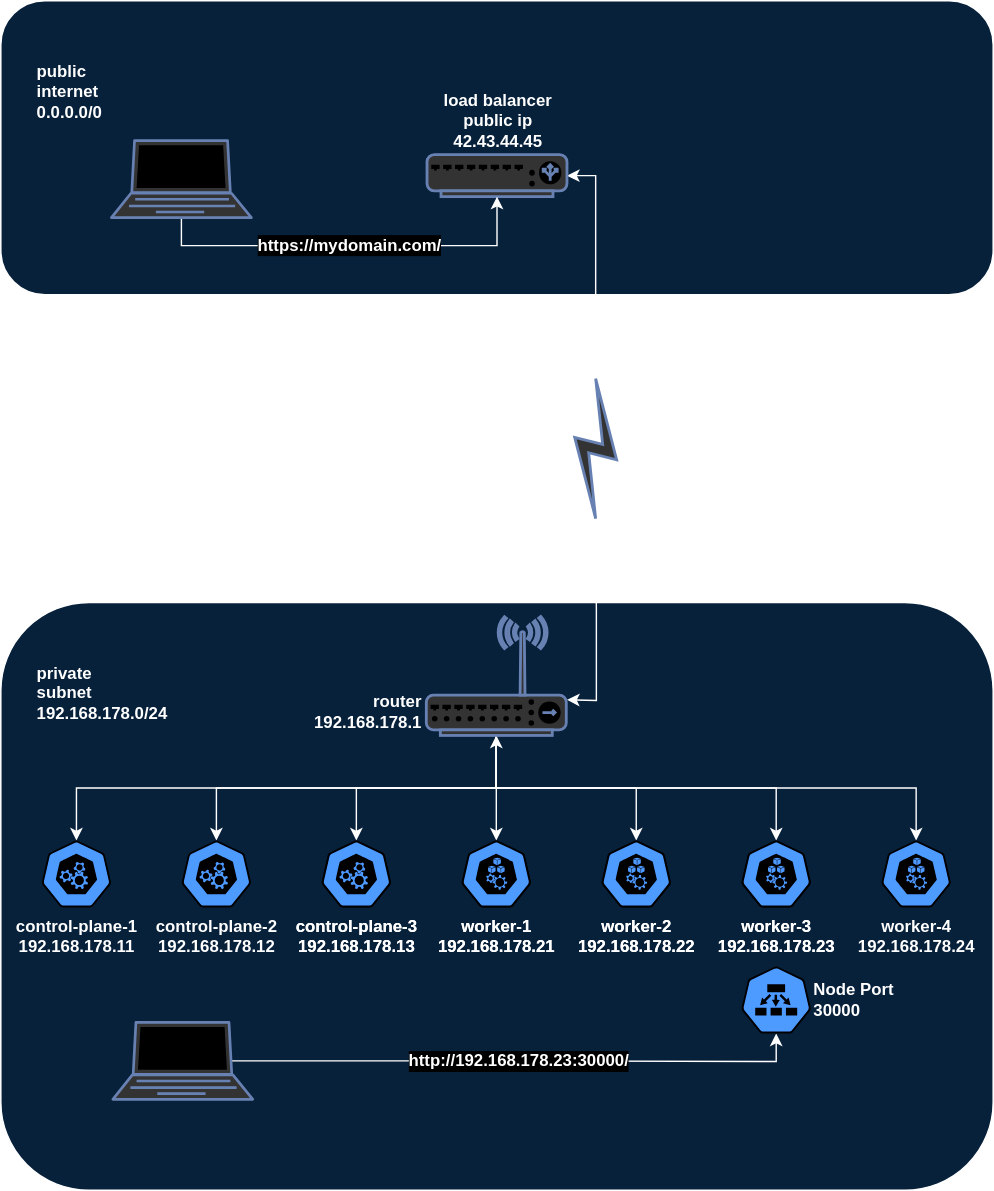
Before: docs/kuba-network.svg, a diagram exported from draw.io (bihalu/kuba). Source tidied: cells renumbered, new cells last; positions are measured from the earlier drawing's top-left corner, leaving out a move shared by most shapes. Source of this version:
```xml
<mxGraphModel>
  <root>
    <mxCell id="0" />
    <mxCell id="1" parent="0" />
    <mxCell id="2" style="rounded=1;whiteSpace=wrap;html=1;align=center;fillColor=#CCE5FF;fontColor=#66B2FF;fontStyle=1;" parent="1" vertex="1">
      <mxGeometry y="430" width="709" height="420" as="geometry" />
    </mxCell>
    <mxCell id="3" style="edgeStyle=orthogonalEdgeStyle;rounded=0;jettySize=auto;html=1;exitX=0.5;exitY=0;exitDx=0;exitDy=0;exitPerimeter=0;startArrow=classic;startFill=1;endArrow=none;endFill=0;entryX=0.5;entryY=1;entryDx=0;entryDy=0;entryPerimeter=0;" parent="1" edge="1" source="4" target="34">
      <mxGeometry relative="1" as="geometry" />
    </mxCell>
    <mxCell id="4" value="control-plane-1&lt;br&gt;192.168.178.11" style="sketch=0;html=1;dashed=0;whitespace=wrap;fillColor=#2875E2;strokeColor=#ffffff;points=[[0.005,0.63,0],[0.1,0.2,0],[0.9,0.2,0],[0.5,0,0],[0.995,0.63,0],[0.72,0.99,0],[0.5,1,0],[0.28,0.99,0]];verticalLabelPosition=bottom;align=center;verticalAlign=top;shape=mxgraph.kubernetes.icon;prIcon=master;fontStyle=1;" parent="1" vertex="1">
      <mxGeometry x="29" y="600" width="50" height="48" as="geometry" />
    </mxCell>
    <mxCell id="5" style="edgeStyle=orthogonalEdgeStyle;rounded=0;jettySize=auto;html=1;exitX=0.5;exitY=0;exitDx=0;exitDy=0;exitPerimeter=0;entryX=0.5;entryY=1;entryDx=0;entryDy=0;entryPerimeter=0;startArrow=classic;startFill=1;endArrow=none;endFill=0;" parent="1" edge="1" source="6" target="34">
      <mxGeometry relative="1" as="geometry" />
    </mxCell>
    <mxCell id="6" value="control-plane-2&lt;br&gt;192.168.178.12" style="sketch=0;html=1;dashed=0;whitespace=wrap;fillColor=#2875E2;strokeColor=#ffffff;points=[[0.005,0.63,0],[0.1,0.2,0],[0.9,0.2,0],[0.5,0,0],[0.995,0.63,0],[0.72,0.99,0],[0.5,1,0],[0.28,0.99,0]];verticalLabelPosition=bottom;align=center;verticalAlign=top;shape=mxgraph.kubernetes.icon;prIcon=master;fontStyle=1;" parent="1" vertex="1">
      <mxGeometry x="129" y="600" width="50" height="48" as="geometry" />
    </mxCell>
    <mxCell id="7" value="control-plane-3&lt;br&gt;192.168.178.13" style="sketch=0;html=1;dashed=0;whitespace=wrap;fillColor=#2875E2;strokeColor=#ffffff;verticalLabelPosition=bottom;align=center;verticalAlign=top;shape=mxgraph.kubernetes.icon;prIcon=master;fontStyle=1;" parent="1" vertex="1">
      <mxGeometry x="229" y="600" width="50" height="48" as="geometry" />
    </mxCell>
    <mxCell id="8" value="worker-1&lt;br&gt;192.168.178.21" style="sketch=0;html=1;dashed=0;whitespace=wrap;fillColor=#2875E2;strokeColor=#ffffff;verticalLabelPosition=bottom;align=center;verticalAlign=top;shape=mxgraph.kubernetes.icon;prIcon=node;fontStyle=1;" parent="1" vertex="1">
      <mxGeometry x="329" y="600" width="50" height="48" as="geometry" />
    </mxCell>
    <mxCell id="9" value="worker-2&lt;br&gt;192.168.178.22" style="sketch=0;html=1;dashed=0;whitespace=wrap;fillColor=#2875E2;strokeColor=#ffffff;verticalLabelPosition=bottom;align=center;verticalAlign=top;shape=mxgraph.kubernetes.icon;prIcon=node;fontStyle=1;" parent="1" vertex="1">
      <mxGeometry x="429" y="600" width="50" height="48" as="geometry" />
    </mxCell>
    <mxCell id="10" value="worker-3&lt;br&gt;192.168.178.23" style="sketch=0;html=1;dashed=0;whitespace=wrap;fillColor=#2875E2;strokeColor=#ffffff;verticalLabelPosition=bottom;align=center;verticalAlign=top;shape=mxgraph.kubernetes.icon;prIcon=node;fontStyle=1;" parent="1" vertex="1">
      <mxGeometry x="529" y="600" width="50" height="48" as="geometry" />
    </mxCell>
    <mxCell id="11" style="edgeStyle=orthogonalEdgeStyle;rounded=0;jettySize=auto;html=1;exitX=0.5;exitY=0;exitDx=0;exitDy=0;exitPerimeter=0;entryX=0.5;entryY=1;entryDx=0;entryDy=0;entryPerimeter=0;endArrow=none;endFill=0;startArrow=classic;startFill=1;" parent="1" edge="1" source="12" target="34">
      <mxGeometry relative="1" as="geometry" />
    </mxCell>
    <mxCell id="12" value="worker-4&lt;br style=&quot;font-size: 12px;&quot;&gt;192.168.178.24" style="sketch=0;html=1;dashed=0;whitespace=wrap;fillColor=#2875E2;strokeColor=#ffffff;points=[[0.005,0.63,0],[0.1,0.2,0],[0.9,0.2,0],[0.5,0,0],[0.995,0.63,0],[0.72,0.99,0],[0.5,1,0],[0.28,0.99,0]];verticalLabelPosition=bottom;align=center;verticalAlign=top;shape=mxgraph.kubernetes.icon;prIcon=node;fontStyle=1;fontSize=12;" parent="1" vertex="1">
      <mxGeometry x="629" y="600" width="50" height="48" as="geometry" />
    </mxCell>
    <mxCell id="13" value="private&lt;br&gt;subnet 192.168.178.0/24" style="text;html=1;strokeColor=none;fillColor=none;align=left;verticalAlign=middle;whiteSpace=wrap;rounded=0;fontStyle=1;" parent="1" vertex="1">
      <mxGeometry x="24" y="480" width="60" height="30" as="geometry" />
    </mxCell>
    <mxCell id="14" style="edgeStyle=orthogonalEdgeStyle;rounded=0;jettySize=auto;html=1;exitX=1;exitY=0.7;exitDx=0;exitDy=0;entryX=0.5;entryY=1;entryDx=0;entryDy=0;entryPerimeter=0;startArrow=classic;startFill=1;exitPerimeter=0;" parent="1" edge="1" target="15">
      <mxGeometry relative="1" as="geometry">
        <mxPoint x="404.5" y="499.5" as="sourcePoint" />
      </mxGeometry>
    </mxCell>
    <mxCell id="15" style="fontColor=#0066CC;verticalAlign=top;verticalLabelPosition=bottom;labelPosition=center;align=center;html=1;outlineConnect=0;fillColor=#CCCCCC;strokeColor=#6881B3;gradientColor=none;gradientDirection=north;strokeWidth=2;shape=mxgraph.networks.comm_link;" parent="1" vertex="1">
      <mxGeometry x="410" y="270" width="30" height="100" as="geometry" />
    </mxCell>
    <mxCell id="16" style="rounded=1;whiteSpace=wrap;html=1;align=center;fillColor=#CCE5FF;fontStyle=1;fontColor=#000000;" parent="1" vertex="1">
      <mxGeometry width="709" height="210" as="geometry" />
    </mxCell>
    <mxCell id="17" value="public&lt;br&gt;internet&lt;br&gt;0.0.0.0/0" style="text;html=1;strokeColor=none;fillColor=none;align=left;verticalAlign=middle;whiteSpace=wrap;rounded=0;fontStyle=1;fontColor=#000000;" parent="1" vertex="1">
      <mxGeometry x="24" y="50" width="60" height="30" as="geometry" />
    </mxCell>
    <mxCell id="18" style="edgeStyle=orthogonalEdgeStyle;rounded=0;jettySize=auto;html=1;exitX=1;exitY=0.5;exitDx=0;exitDy=0;exitPerimeter=0;entryX=0.5;entryY=0;entryDx=0;entryDy=0;entryPerimeter=0;startArrow=classic;startFill=1;" parent="1" edge="1" source="19" target="15">
      <mxGeometry relative="1" as="geometry" />
    </mxCell>
    <mxCell id="19" value="load balancer&lt;br&gt;public ip&lt;br&gt;42.43.44.45" style="fontColor=#000000;verticalAlign=bottom;verticalLabelPosition=top;labelPosition=center;align=center;html=1;outlineConnect=0;fillColor=#CCCCCC;strokeColor=#6881B3;gradientColor=none;gradientDirection=north;strokeWidth=2;shape=mxgraph.networks.load_balancer;fontStyle=1;" parent="1" vertex="1">
      <mxGeometry x="304.5" y="110" width="100" height="30" as="geometry" />
    </mxCell>
    <mxCell id="20" value="VPN &lt;br&gt;site-to-site&lt;br&gt;e.g. wireguard" style="text;html=1;strokeColor=none;fillColor=none;align=left;verticalAlign=middle;whiteSpace=wrap;rounded=0;fontStyle=1;" parent="1" vertex="1">
      <mxGeometry x="450" y="300" width="111" height="30" as="geometry" />
    </mxCell>
    <mxCell id="21" value="https://mydomain.com/" style="edgeStyle=orthogonalEdgeStyle;rounded=0;jettySize=auto;html=1;exitX=0.5;exitY=1;exitDx=0;exitDy=0;exitPerimeter=0;entryX=0.5;entryY=1;entryDx=0;entryDy=0;entryPerimeter=0;fontSize=12;fontStyle=1;" parent="1" edge="1" source="22" target="19">
      <mxGeometry relative="1" as="geometry" />
    </mxCell>
    <mxCell id="22" style="fontColor=#000000;verticalAlign=top;verticalLabelPosition=bottom;labelPosition=center;align=center;html=1;outlineConnect=0;fillColor=#CCCCCC;strokeColor=#6881B3;gradientColor=none;gradientDirection=north;strokeWidth=2;shape=mxgraph.networks.laptop;fontStyle=1;" parent="1" vertex="1">
      <mxGeometry x="79" y="100" width="100" height="55" as="geometry" />
    </mxCell>
    <mxCell id="23" value="http://192.168.178.23:30000/" style="edgeStyle=orthogonalEdgeStyle;rounded=0;jettySize=auto;html=1;exitX=0.85;exitY=0.5;exitDx=0;exitDy=0;exitPerimeter=0;startArrow=none;startFill=0;fontStyle=1;entryX=0.5;entryY=1;entryDx=0;entryDy=0;entryPerimeter=0;fontSize=12;" parent="1" edge="1" source="24" target="33">
      <mxGeometry relative="1" as="geometry" />
    </mxCell>
    <mxCell id="24" style="fontColor=#0066CC;verticalAlign=top;verticalLabelPosition=bottom;labelPosition=center;align=center;html=1;outlineConnect=0;fillColor=#CCCCCC;strokeColor=#6881B3;gradientColor=none;gradientDirection=north;strokeWidth=2;shape=mxgraph.networks.laptop;fontStyle=1;" parent="1" vertex="1">
      <mxGeometry x="80" y="730" width="100" height="55" as="geometry" />
    </mxCell>
    <mxCell id="25" style="edgeStyle=orthogonalEdgeStyle;rounded=0;jettySize=auto;html=1;exitX=0.5;exitY=0;exitDx=0;exitDy=0;exitPerimeter=0;entryX=0.5;entryY=1;entryDx=0;entryDy=0;entryPerimeter=0;endArrow=none;endFill=0;startArrow=classic;startFill=1;" parent="1" edge="1" source="26" target="34">
      <mxGeometry relative="1" as="geometry" />
    </mxCell>
    <mxCell id="26" value="worker-3&lt;br&gt;192.168.178.23" style="sketch=0;html=1;dashed=0;whitespace=wrap;fillColor=#2875E2;strokeColor=#ffffff;points=[[0.005,0.63,0],[0.1,0.2,0],[0.9,0.2,0],[0.5,0,0],[0.995,0.63,0],[0.72,0.99,0],[0.5,1,0],[0.28,0.99,0]];verticalLabelPosition=bottom;align=center;verticalAlign=top;shape=mxgraph.kubernetes.icon;prIcon=node;fontStyle=1;" parent="1" vertex="1">
      <mxGeometry x="529" y="600" width="50" height="48" as="geometry" />
    </mxCell>
    <mxCell id="27" style="edgeStyle=orthogonalEdgeStyle;rounded=0;jettySize=auto;html=1;exitX=0.5;exitY=0;exitDx=0;exitDy=0;exitPerimeter=0;entryX=0.5;entryY=1;entryDx=0;entryDy=0;entryPerimeter=0;endArrow=none;endFill=0;startArrow=classic;startFill=1;" parent="1" edge="1" source="28" target="34">
      <mxGeometry relative="1" as="geometry" />
    </mxCell>
    <mxCell id="28" value="worker-2&lt;br&gt;192.168.178.22" style="sketch=0;html=1;dashed=0;whitespace=wrap;fillColor=#2875E2;strokeColor=#ffffff;points=[[0.005,0.63,0],[0.1,0.2,0],[0.9,0.2,0],[0.5,0,0],[0.995,0.63,0],[0.72,0.99,0],[0.5,1,0],[0.28,0.99,0]];verticalLabelPosition=bottom;align=center;verticalAlign=top;shape=mxgraph.kubernetes.icon;prIcon=node;fontStyle=1;" parent="1" vertex="1">
      <mxGeometry x="429" y="600" width="50" height="48" as="geometry" />
    </mxCell>
    <mxCell id="29" style="edgeStyle=orthogonalEdgeStyle;rounded=0;jettySize=auto;html=1;exitX=0.5;exitY=0;exitDx=0;exitDy=0;exitPerimeter=0;entryX=0.5;entryY=1;entryDx=0;entryDy=0;entryPerimeter=0;startArrow=classic;startFill=1;" parent="1" edge="1" source="30" target="34">
      <mxGeometry relative="1" as="geometry" />
    </mxCell>
    <mxCell id="30" value="worker-1&lt;br&gt;192.168.178.21" style="sketch=0;html=1;dashed=0;whitespace=wrap;fillColor=#2875E2;strokeColor=#ffffff;points=[[0.005,0.63,0],[0.1,0.2,0],[0.9,0.2,0],[0.5,0,0],[0.995,0.63,0],[0.72,0.99,0],[0.5,1,0],[0.28,0.99,0]];verticalLabelPosition=bottom;align=center;verticalAlign=top;shape=mxgraph.kubernetes.icon;prIcon=node;fontStyle=1;" parent="1" vertex="1">
      <mxGeometry x="329" y="600" width="50" height="48" as="geometry" />
    </mxCell>
    <mxCell id="31" style="edgeStyle=orthogonalEdgeStyle;rounded=0;jettySize=auto;html=1;exitX=0.5;exitY=0;exitDx=0;exitDy=0;exitPerimeter=0;entryX=0.5;entryY=1;entryDx=0;entryDy=0;entryPerimeter=0;endArrow=none;endFill=0;startArrow=classic;startFill=1;" parent="1" edge="1" source="32" target="34">
      <mxGeometry relative="1" as="geometry" />
    </mxCell>
    <mxCell id="32" value="control-plane-3&lt;br&gt;192.168.178.13" style="sketch=0;html=1;dashed=0;whitespace=wrap;fillColor=#2875E2;strokeColor=#ffffff;points=[[0.005,0.63,0],[0.1,0.2,0],[0.9,0.2,0],[0.5,0,0],[0.995,0.63,0],[0.72,0.99,0],[0.5,1,0],[0.28,0.99,0]];verticalLabelPosition=bottom;align=center;verticalAlign=top;shape=mxgraph.kubernetes.icon;prIcon=master;fontStyle=1;" parent="1" vertex="1">
      <mxGeometry x="229" y="600" width="50" height="48" as="geometry" />
    </mxCell>
    <mxCell id="33" value="Node Port&lt;br&gt;30000" style="sketch=0;html=1;dashed=0;whitespace=wrap;fillColor=#2875E2;strokeColor=#ffffff;points=[[0.005,0.63,0],[0.1,0.2,0],[0.9,0.2,0],[0.5,0,0],[0.995,0.63,0],[0.72,0.99,0],[0.5,1,0],[0.28,0.99,0]];verticalLabelPosition=middle;align=left;verticalAlign=middle;shape=mxgraph.kubernetes.icon;prIcon=ep;labelPosition=right;fontStyle=1;" parent="1" vertex="1">
      <mxGeometry x="529" y="690" width="50" height="48" as="geometry" />
    </mxCell>
    <mxCell id="34" value="router&lt;br&gt;&lt;div style=&quot;text-align: right;&quot;&gt;&lt;span style=&quot;background-color: initial;&quot;&gt;192.168.178.1&lt;/span&gt;&lt;/div&gt;" style="fontColor=#000000;verticalAlign=bottom;verticalLabelPosition=middle;labelPosition=left;align=right;html=1;outlineConnect=0;fillColor=#CCCCCC;strokeColor=#6881B3;gradientColor=none;gradientDirection=north;strokeWidth=2;shape=mxgraph.networks.wireless_hub;fontStyle=1;spacing=2;spacingRight=2;" parent="1" vertex="1">
      <mxGeometry x="304" y="440" width="100" height="85" as="geometry" />
    </mxCell>
    <mxCell id="35" style="edgeStyle=orthogonalEdgeStyle;rounded=0;orthogonalLoop=1;jettySize=auto;html=1;exitX=0.5;exitY=1;exitDx=0;exitDy=0;" parent="1" edge="1" source="20" target="20">
      <mxGeometry relative="1" as="geometry" />
    </mxCell>
  </root>
</mxGraphModel>
```
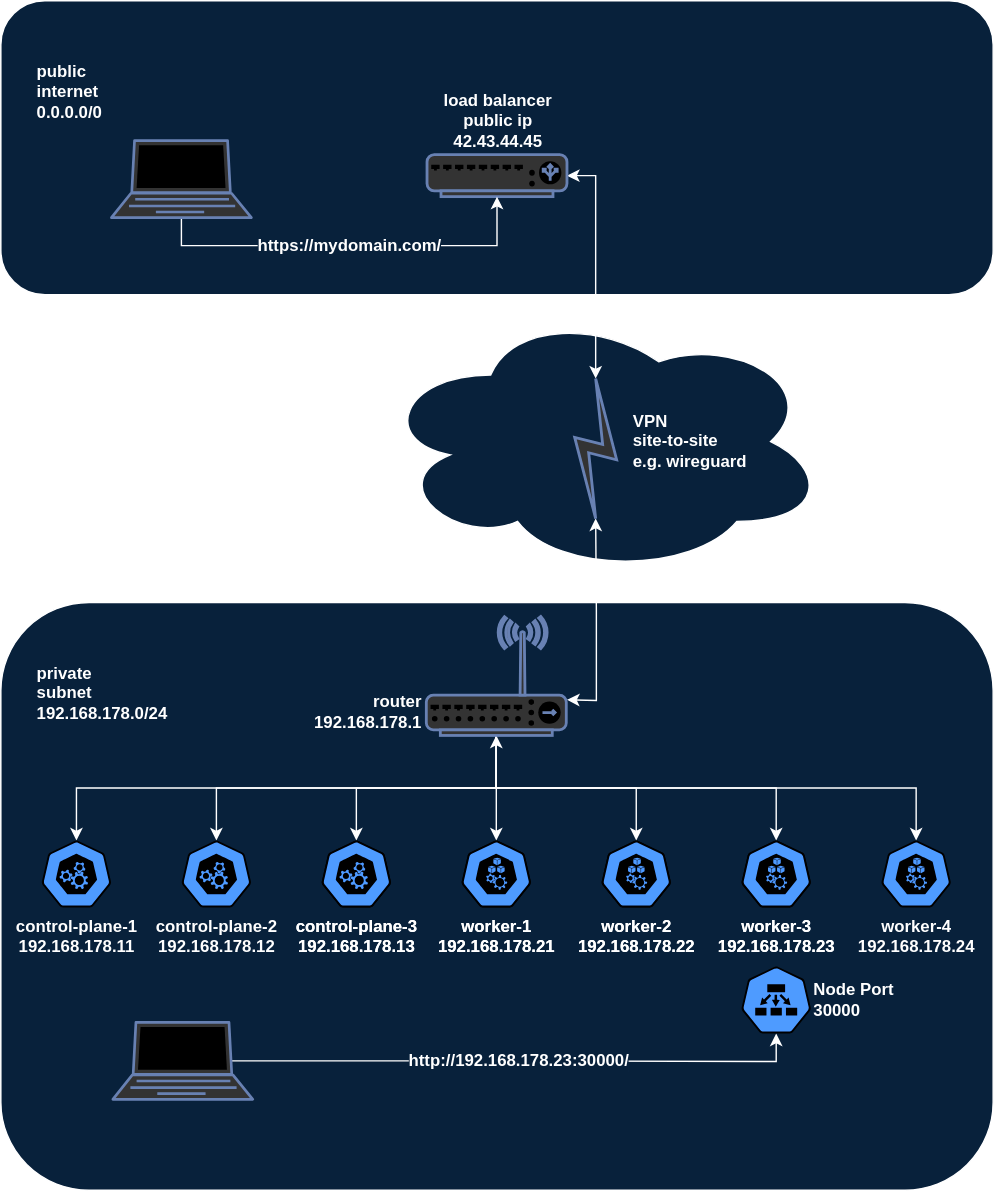
After the commit.

Commit message:
~ kuba-network layout

Change to the diagram source:
```diff
@@ -2,6 +2,9 @@
   <root>
     <mxCell id="0" />
     <mxCell id="1" parent="0" />
+    <mxCell id="36" style="ellipse;shape=cloud;whiteSpace=wrap;html=1;fillColor=#CCE5FF;" parent="1" vertex="1">
+      <mxGeometry x="270" y="220" width="320" height="190" as="geometry" />
+    </mxCell>
     <mxCell id="2" style="rounded=1;whiteSpace=wrap;html=1;align=center;fillColor=#CCE5FF;fontColor=#66B2FF;fontStyle=1;" parent="1" vertex="1">
       <mxGeometry y="430" width="709" height="420" as="geometry" />
     </mxCell>
@@ -61,13 +64,13 @@
     <mxCell id="20" value="VPN &lt;br&gt;site-to-site&lt;br&gt;e.g. wireguard" style="text;html=1;strokeColor=none;fillColor=none;align=left;verticalAlign=middle;whiteSpace=wrap;rounded=0;fontStyle=1;" parent="1" vertex="1">
       <mxGeometry x="450" y="300" width="111" height="30" as="geometry" />
     </mxCell>
-    <mxCell id="21" value="https://mydomain.com/" style="edgeStyle=orthogonalEdgeStyle;rounded=0;jettySize=auto;html=1;exitX=0.5;exitY=1;exitDx=0;exitDy=0;exitPerimeter=0;entryX=0.5;entryY=1;entryDx=0;entryDy=0;entryPerimeter=0;fontSize=12;fontStyle=1;" parent="1" edge="1" source="22" target="19">
+    <mxCell id="21" value="https://mydomain.com/" style="edgeStyle=orthogonalEdgeStyle;rounded=0;jettySize=auto;html=1;exitX=0.5;exitY=1;exitDx=0;exitDy=0;exitPerimeter=0;entryX=0.5;entryY=1;entryDx=0;entryDy=0;entryPerimeter=0;fontSize=12;fontStyle=1;labelBackgroundColor=#CCE5FF;" parent="1" edge="1" source="22" target="19">
       <mxGeometry relative="1" as="geometry" />
     </mxCell>
     <mxCell id="22" style="fontColor=#000000;verticalAlign=top;verticalLabelPosition=bottom;labelPosition=center;align=center;html=1;outlineConnect=0;fillColor=#CCCCCC;strokeColor=#6881B3;gradientColor=none;gradientDirection=north;strokeWidth=2;shape=mxgraph.networks.laptop;fontStyle=1;" parent="1" vertex="1">
       <mxGeometry x="79" y="100" width="100" height="55" as="geometry" />
     </mxCell>
-    <mxCell id="23" value="http://192.168.178.23:30000/" style="edgeStyle=orthogonalEdgeStyle;rounded=0;jettySize=auto;html=1;exitX=0.85;exitY=0.5;exitDx=0;exitDy=0;exitPerimeter=0;startArrow=none;startFill=0;fontStyle=1;entryX=0.5;entryY=1;entryDx=0;entryDy=0;entryPerimeter=0;fontSize=12;" parent="1" edge="1" source="24" target="33">
+    <mxCell id="23" value="http://192.168.178.23:30000/" style="edgeStyle=orthogonalEdgeStyle;rounded=0;jettySize=auto;html=1;exitX=0.85;exitY=0.5;exitDx=0;exitDy=0;exitPerimeter=0;startArrow=none;startFill=0;fontStyle=1;entryX=0.5;entryY=1;entryDx=0;entryDy=0;entryPerimeter=0;fontSize=12;labelBackgroundColor=#CCE5FF;" parent="1" edge="1" source="24" target="33">
       <mxGeometry relative="1" as="geometry" />
     </mxCell>
     <mxCell id="24" style="fontColor=#0066CC;verticalAlign=top;verticalLabelPosition=bottom;labelPosition=center;align=center;html=1;outlineConnect=0;fillColor=#CCCCCC;strokeColor=#6881B3;gradientColor=none;gradientDirection=north;strokeWidth=2;shape=mxgraph.networks.laptop;fontStyle=1;" parent="1" vertex="1">
```
